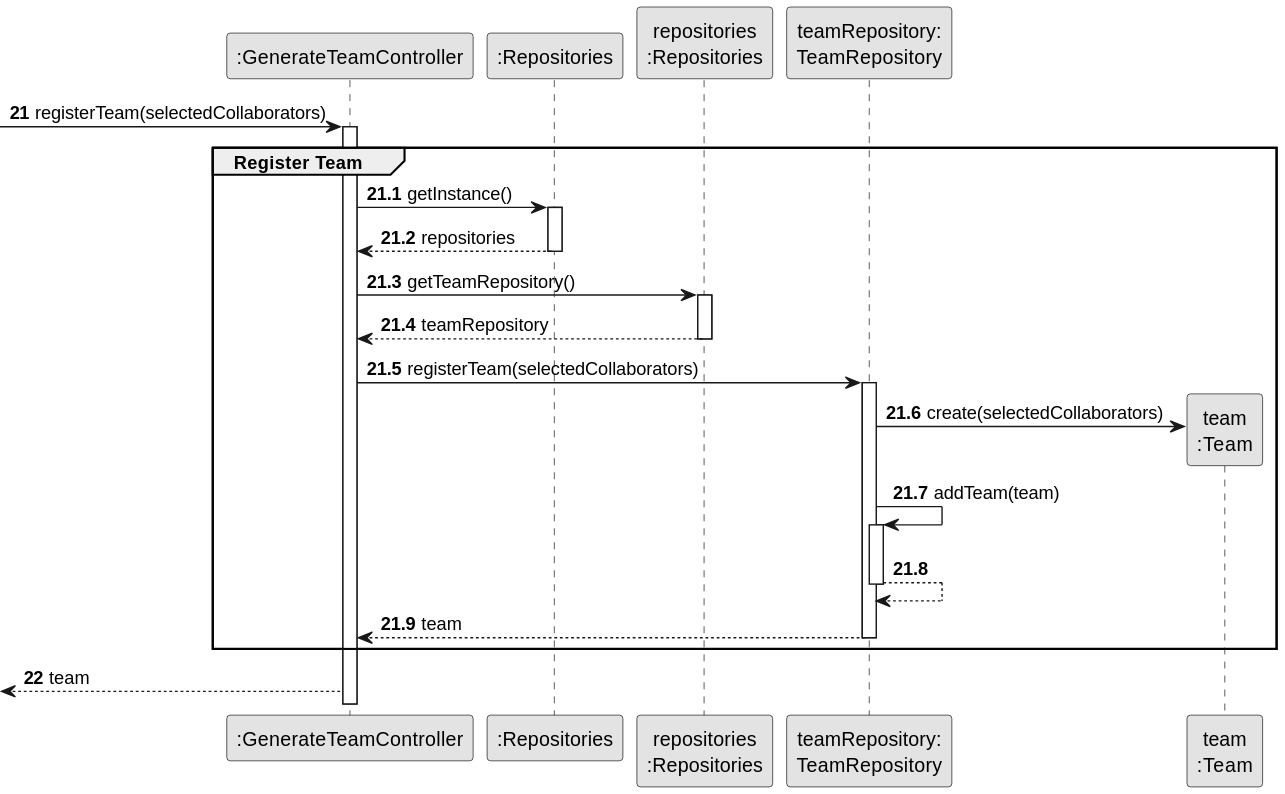
Departamento-de-Engenharia-Informatica/lei-24-s2-1dm-g132 keeps this PlantUML diagram as docs/sprintB/us005/03.design/svg/us005-sequence-diagram-partial-register-team.svg. Above is the earlier version.
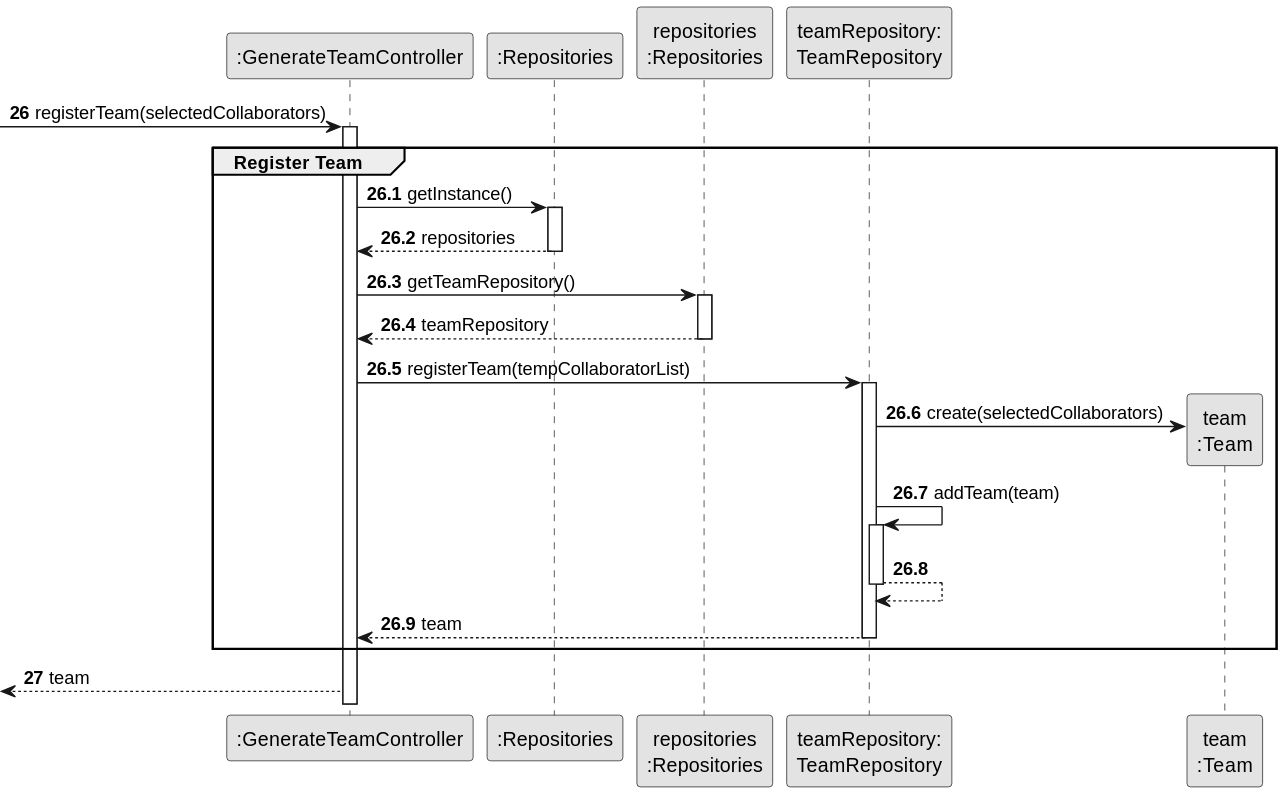
After the commit.

What changed in the source:
```diff
@@ -3,7 +3,7 @@
 skinparam packageStyle rectangle
 skinparam shadowing false
 
-autonumber 21
+autonumber 26
 
 participant ":GenerateTeamController" as CTRL
 participant ":Repositories" as RepositorySingleton
@@ -13,7 +13,7 @@
 
     -> CTRL : registerTeam(selectedCollaborators)
 
-        autonumber 21.1
+        autonumber 26.1
         group Register Team
 
         activate CTRL
@@ -30,7 +30,7 @@
                 PLAT --> CTRL : teamRepository
             deactivate PLAT
 
-            CTRL -> TeamRepository : registerTeam(selectedCollaborators)
+            CTRL -> TeamRepository : registerTeam(tempCollaboratorList)
             activate TeamRepository
 
                 TeamRepository -> TEAM** : create(selectedCollaborators)
@@ -43,6 +43,6 @@
                 deactivate TeamRepository
 
         end group
-        autonumber 22
+        autonumber 27
         <-- CTRL : team
 @enduml
```
